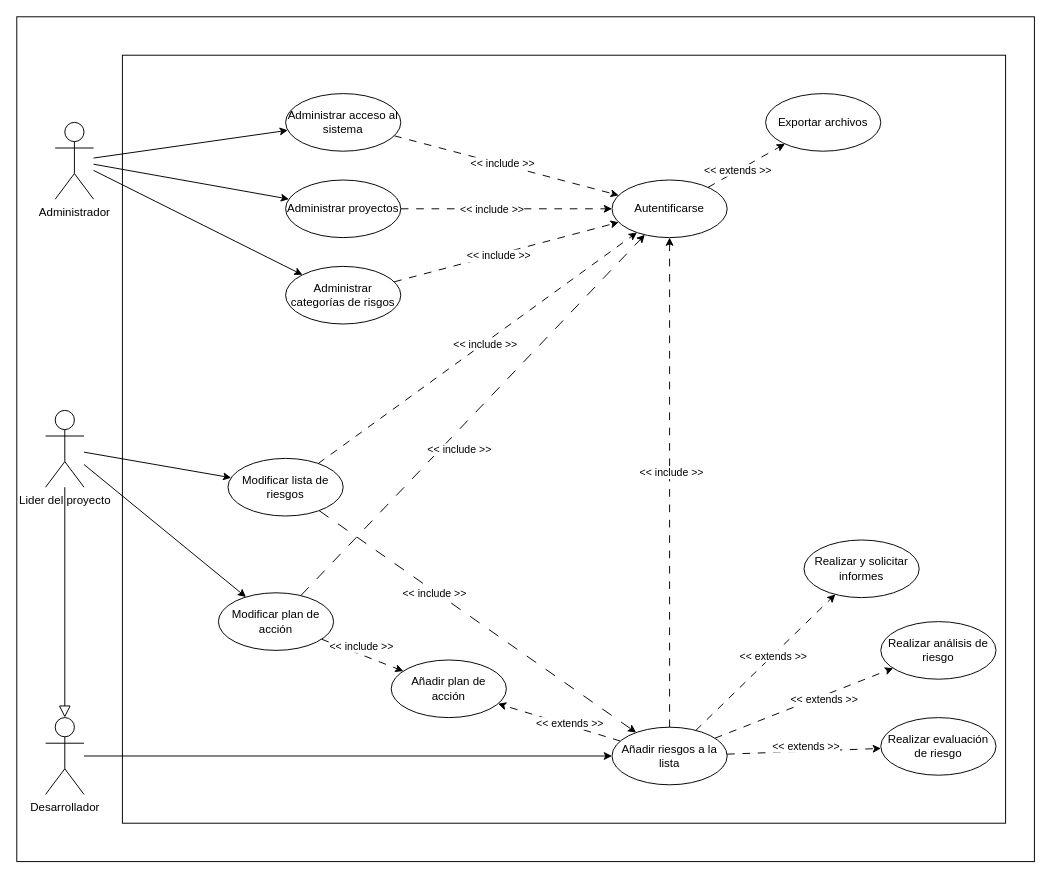
The draw.io diagram Recursos/Diagramas/Diagrama de CU.drawio in fxex/Vesta_Risk_Manager, before the edit. Source tidied: cells renumbered, new cells numbered last; positions are measured from the earlier drawing's top-left corner, leaving out a move shared by most shapes. Both pictures are drawn from the tidied source at 96%, with x=0, y=0 at pixel (16, 16).
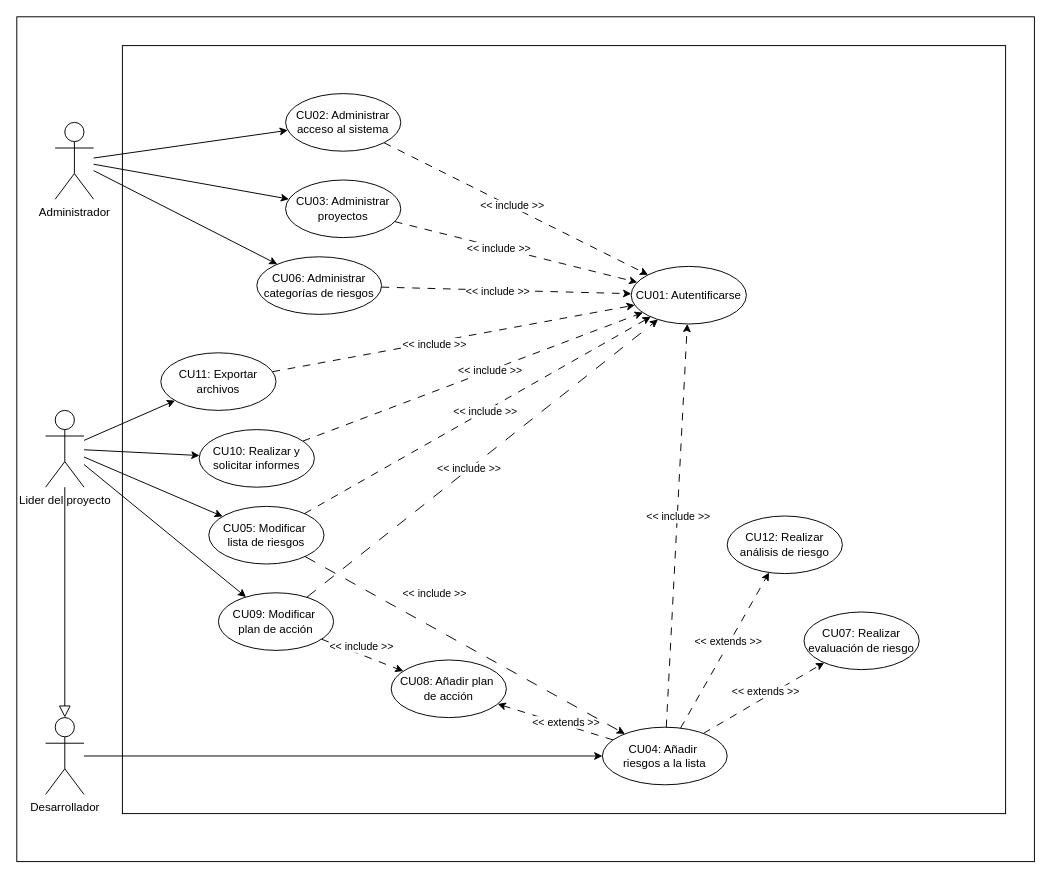
Above is the later version.

Commit message (it also covers changes not shown here):
doc: se modifico el diagrama de CU, se le añadieron los nombres

The change refers to these unchanged cells:
```xml
<mxCell id="10" value="Lider del proyecto" style="shape=umlActor;verticalLabelPosition=bottom;verticalAlign=top;html=1;outlineConnect=0;" parent="1" vertex="1">
  <mxGeometry x="30" y="410" width="40" height="80" as="geometry" />
</mxCell>
```

What changed in the source:
```diff
@@
     <mxCell id="3" style="rounded=0;whiteSpace=wrap;html=1;" parent="1" vertex="1">
-      <mxGeometry x="110" y="40" width="920" height="800" as="geometry" />
+      <mxGeometry x="110" y="30" width="920" height="800" as="geometry" />
     </mxCell>
@@
+    <mxCell id="52" style="rounded=0;jettySize=auto;html=1;" parent="1" edge="1" source="10" target="20">
+      <mxGeometry relative="1" as="geometry" />
+    </mxCell>
+    <mxCell id="53" style="rounded=0;jettySize=auto;html=1;" parent="1" edge="1" source="10" target="43">
+      <mxGeometry relative="1" as="geometry" />
+    </mxCell>
@@
-    <mxCell id="16" value="Administrar acceso al sistema" style="ellipse;whiteSpace=wrap;html=1;" parent="1" vertex="1">
+    <mxCell id="16" value="CU02: Administrar acceso al sistema" style="ellipse;whiteSpace=wrap;html=1;" parent="1" vertex="1">
       <mxGeometry x="280" y="80" width="120" height="60" as="geometry" />
     </mxCell>
@@
-    <mxCell id="19" value="Administrar proyectos" style="ellipse;whiteSpace=wrap;html=1;" parent="1" vertex="1">
+    <mxCell id="19" value="CU03: Administrar proyectos" style="ellipse;whiteSpace=wrap;html=1;" parent="1" vertex="1">
       <mxGeometry x="280" y="170" width="120" height="60" as="geometry" />
     </mxCell>
+    <mxCell id="54" style="rounded=0;jettySize=auto;html=1;dashed=1;dashPattern=8 8;" parent="1" edge="1" source="20" target="42">
+      <mxGeometry relative="1" as="geometry" />
+    </mxCell>
-    <mxCell id="20" value="Exportar archivos" style="ellipse;whiteSpace=wrap;html=1;" parent="1" vertex="1">
-      <mxGeometry x="780" y="80" width="120" height="60" as="geometry" />
+    <mxCell id="20" value="CU11: Exportar archivos" style="ellipse;whiteSpace=wrap;html=1;" parent="1" vertex="1">
+      <mxGeometry x="150" y="350" width="120" height="60" as="geometry" />
     </mxCell>
@@
-    <mxCell id="25" style="edgeStyle=none;rounded=0;jettySize=auto;html=1;dashed=1;dashPattern=8 8;" parent="1" edge="1" source="28" target="43">
+    <mxCell id="25" style="edgeStyle=none;rounded=0;jettySize=auto;html=1;dashed=1;dashPattern=8 8;" parent="1" edge="1" source="43" target="42">
       <mxGeometry relative="1" as="geometry" />
     </mxCell>
-    <mxCell id="26" value="&amp;lt;&amp;lt; extends &amp;gt;&amp;gt;" style="edgeLabel;html=1;align=center;verticalAlign=middle;" parent="25" vertex="1">
+    <mxCell id="26" value="&amp;lt;&amp;lt; include &amp;gt;&amp;gt;" style="edgeLabel;html=1;align=center;verticalAlign=middle;" parent="25" vertex="1">
       <mxGeometry x="0.1" relative="1" as="geometry" />
     </mxCell>
@@
-    <mxCell id="28" value="Añadir riesgos a la lista" style="ellipse;whiteSpace=wrap;html=1;" parent="1" vertex="1">
-      <mxGeometry x="620" y="740" width="120" height="60" as="geometry" />
+    <mxCell id="28" value="CU04: Añadir&amp;nbsp;&lt;div&gt;riesgos&amp;nbsp;&lt;span style=&quot;background-color: transparent; color: light-dark(rgb(0, 0, 0), rgb(255, 255, 255));&quot;&gt;a la lista&lt;/span&gt;&lt;/div&gt;" style="ellipse;whiteSpace=wrap;html=1;" parent="1" vertex="1">
+      <mxGeometry x="610" y="740" width="130" height="60" as="geometry" />
     </mxCell>
@@
-    <mxCell id="30" value="Modificar lista de riesgos" style="ellipse;whiteSpace=wrap;html=1;" parent="1" vertex="1">
-      <mxGeometry x="220" y="460" width="120" height="60" as="geometry" />
+    <mxCell id="30" value="CU05: Modificar&amp;nbsp;&lt;div&gt;lista de riesgos&lt;/div&gt;" style="ellipse;whiteSpace=wrap;html=1;" parent="1" vertex="1">
+      <mxGeometry x="200" y="510" width="120" height="60" as="geometry" />
     </mxCell>
@@
-    <mxCell id="33" value="Administrar categorías de risgos" style="ellipse;whiteSpace=wrap;html=1;" parent="1" vertex="1">
-      <mxGeometry x="280" y="260" width="120" height="60" as="geometry" />
+    <mxCell id="33" value="CU06: Administrar categorías de riesgos" style="ellipse;whiteSpace=wrap;html=1;" parent="1" vertex="1">
+      <mxGeometry x="250" y="250" width="130" height="60" as="geometry" />
     </mxCell>
-    <mxCell id="34" value="Realizar evaluación de riesgo" style="ellipse;whiteSpace=wrap;html=1;" parent="1" vertex="1">
-      <mxGeometry x="900" y="730" width="120" height="60" as="geometry" />
+    <mxCell id="34" value="CU07: Realizar evaluación de riesgo" style="ellipse;whiteSpace=wrap;html=1;" parent="1" vertex="1">
+      <mxGeometry x="820" y="620" width="120" height="60" as="geometry" />
     </mxCell>
-    <mxCell id="35" value="&lt;div&gt;Añadir plan de&lt;/div&gt;&lt;div&gt;acción&lt;/div&gt;" style="ellipse;whiteSpace=wrap;html=1;" parent="1" vertex="1">
+    <mxCell id="35" value="&lt;div&gt;CU08: Añadir plan&amp;nbsp;&lt;/div&gt;&lt;div&gt;de acción&lt;/div&gt;" style="ellipse;whiteSpace=wrap;html=1;" parent="1" vertex="1">
       <mxGeometry x="390" y="670" width="120" height="60" as="geometry" />
     </mxCell>
@@
-    <mxCell id="39" value="Modificar plan de acción" style="ellipse;whiteSpace=wrap;html=1;" parent="1" vertex="1">
+    <mxCell id="39" value="CU09: Modificar&amp;nbsp;&lt;div&gt;plan de acción&lt;/div&gt;" style="ellipse;whiteSpace=wrap;html=1;" parent="1" vertex="1">
       <mxGeometry x="210" y="600" width="120" height="60" as="geometry" />
     </mxCell>
-    <mxCell id="40" style="edgeStyle=none;rounded=0;jettySize=auto;html=1;dashed=1;dashPattern=8 8;" parent="1" edge="1" source="42" target="20">
-      <mxGeometry relative="1" as="geometry" />
-    </mxCell>
-    <mxCell id="41" value="&amp;lt;&amp;lt; extends &amp;gt;&amp;gt;" style="edgeLabel;html=1;align=center;verticalAlign=middle;" parent="40" vertex="1">
-      <mxGeometry x="-0.23" y="1" relative="1" as="geometry" />
-    </mxCell>
-    <mxCell id="42" value="Autentificarse" style="ellipse;whiteSpace=wrap;html=1;" parent="1" vertex="1">
-      <mxGeometry x="620" y="170" width="120" height="60" as="geometry" />
+    <mxCell id="42" value="CU01: Autentificarse" style="ellipse;whiteSpace=wrap;html=1;" parent="1" vertex="1">
+      <mxGeometry x="640" y="260" width="120" height="60" as="geometry" />
     </mxCell>
-    <mxCell id="43" value="Realizar y solicitar informes" style="ellipse;whiteSpace=wrap;html=1;" parent="1" vertex="1">
-      <mxGeometry x="820" y="545" width="120" height="60" as="geometry" />
+    <mxCell id="43" value="CU10: Realizar y solicitar informes" style="ellipse;whiteSpace=wrap;html=1;" parent="1" vertex="1">
+      <mxGeometry x="190" y="430" width="120" height="60" as="geometry" />
     </mxCell>
@@
-    <mxCell id="48" value="Realizar análisis de riesgo" style="ellipse;whiteSpace=wrap;html=1;" parent="1" vertex="1">
-      <mxGeometry x="900" y="630" width="120" height="60" as="geometry" />
+    <mxCell id="48" value="CU12: Realizar análisis de riesgo" style="ellipse;whiteSpace=wrap;html=1;" parent="1" vertex="1">
+      <mxGeometry x="740" y="520" width="120" height="60" as="geometry" />
     </mxCell>
     <mxCell id="49" value="&amp;lt;&amp;lt; extends &amp;gt;&amp;gt;" style="edgeLabel;html=1;align=center;verticalAlign=middle;" parent="1" vertex="1">
-      <mxGeometry x="840" y="710" as="geometry" />
+      <mxGeometry x="740" y="650" as="geometry" />
     </mxCell>
@@
     <mxCell id="51" value="&amp;lt;&amp;lt; include &amp;gt;&amp;gt;" style="edgeLabel;html=1;align=center;verticalAlign=middle;" parent="1" vertex="1">
-      <mxGeometry x="460" y="450" as="geometry" />
+      <mxGeometry x="470" y="470" as="geometry" />
     </mxCell>
+    <mxCell id="55" value="&amp;lt;&amp;lt; include &amp;gt;&amp;gt;" style="edgeLabel;html=1;align=center;verticalAlign=middle;" parent="1" vertex="1">
+      <mxGeometry x="434" y="340" as="geometry" />
+    </mxCell>
```
